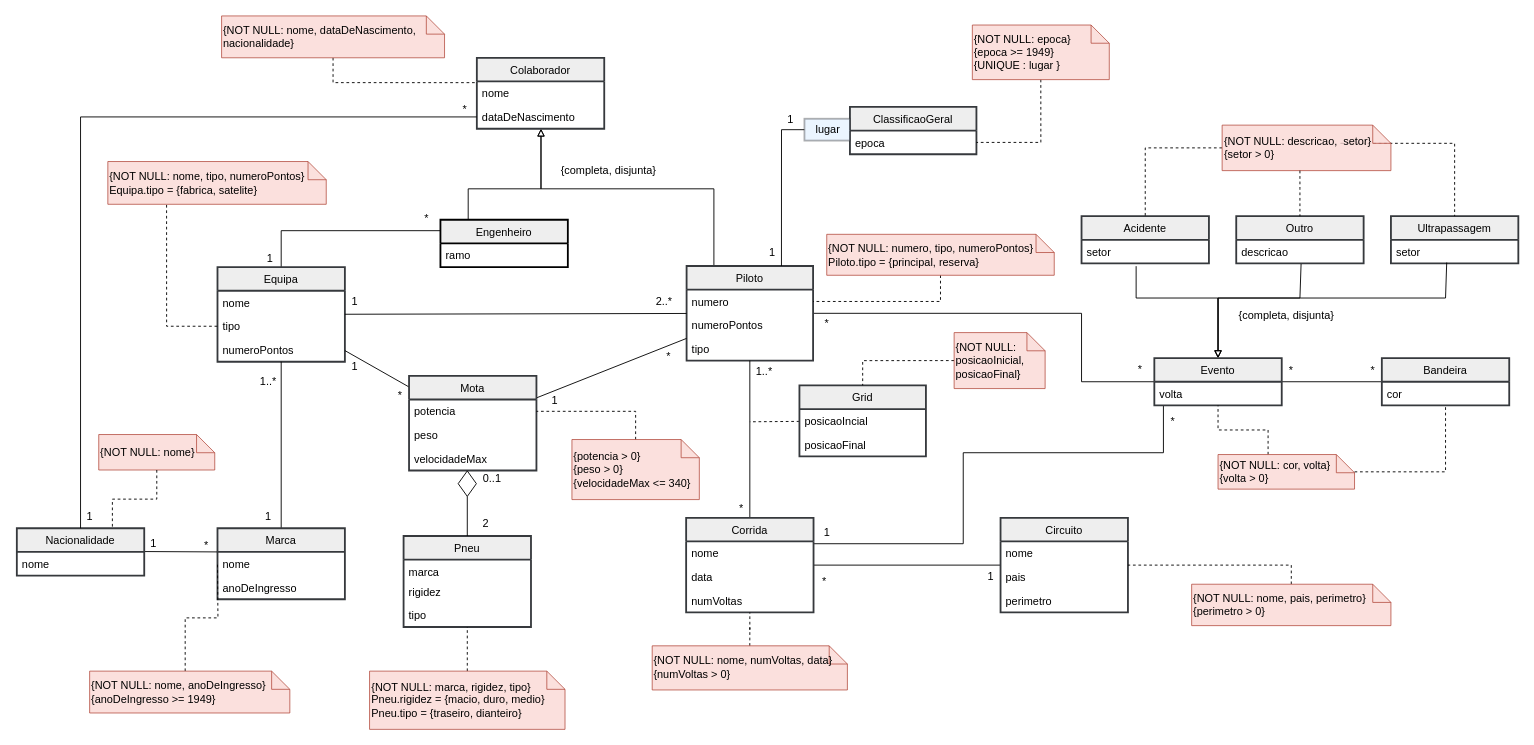
alexandreggc/BD_MotoGP_Project keeps this draw.io diagram as MotoGP-UML-Module.drawio. Above is the earlier version. Source tidied: cells renumbered, new cells numbered last; positions are measured from the earlier drawing's top-left corner, leaving out a move shared by most shapes. Both pictures are drawn from the tidied source at 91%, with x=0, y=0 at pixel (16, 15).
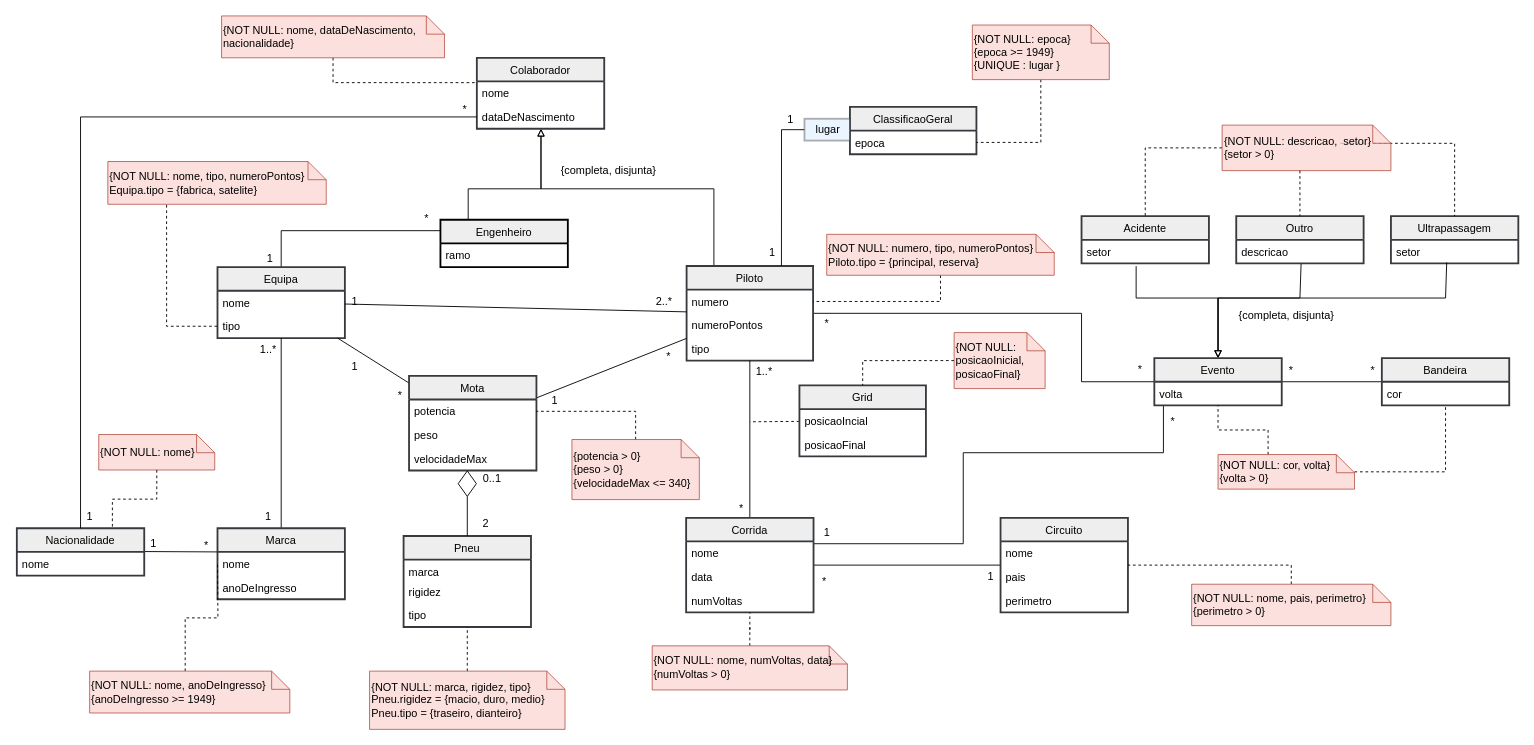
Above is the later version.

Commit message:
Removido numeroPontos da Equipa

The edit, as a diff of the source:
```diff
@@
     <mxCell id="3" value="Equipa" style="swimlane;fontStyle=0;horizontal=1;startSize=26;fillColor=#eeeeee;strokeWidth=2;strokeColor=#36393d;" parent="1" vertex="1">
-      <mxGeometry x="220.5" y="276" width="140" height="104" as="geometry" />
+      <mxGeometry x="220.5" y="276" width="140" height="78" as="geometry" />
     </mxCell>
@@
-    <mxCell id="6" value="numeroPontos" style="text;strokeColor=none;fillColor=none;align=left;verticalAlign=top;spacingLeft=4;spacingRight=4;overflow=hidden;" parent="3" vertex="1">
-      <mxGeometry y="78" width="140" height="26" as="geometry" />
-    </mxCell>
@@
     <mxCell id="42" value="1..*" style="text;html=1;align=center;verticalAlign=middle;strokeColor=none;fillColor=none;" parent="1" vertex="1">
-      <mxGeometry x="260.5" y="392" width="30" height="20" as="geometry" />
+      <mxGeometry x="260.5" y="357" width="30" height="20" as="geometry" />
     </mxCell>
```
